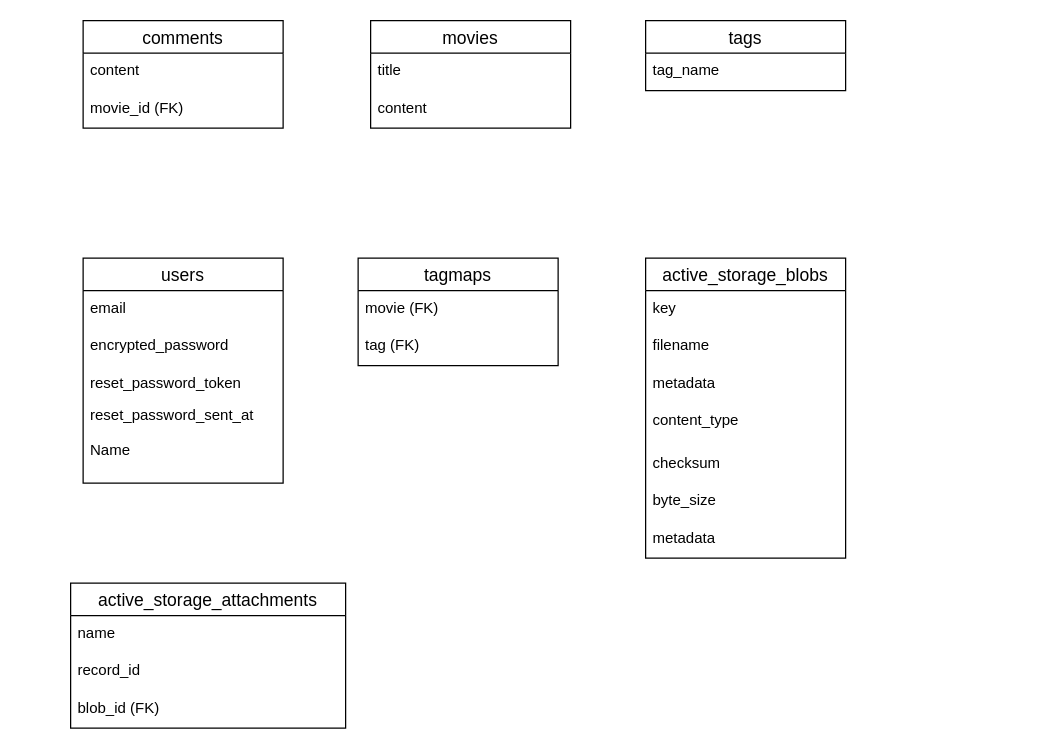
This is app/store.dio from tsuyoshi-ueda-ri/store_manual, a draw.io file, before an edit. Source tidied: cells renumbered, new cells numbered last; positions are measured from the earlier drawing's top-left corner, leaving out a move shared by most shapes. Both pictures are drawn from the tidied source at 125%, with x=0, y=0 at pixel (70, 20).
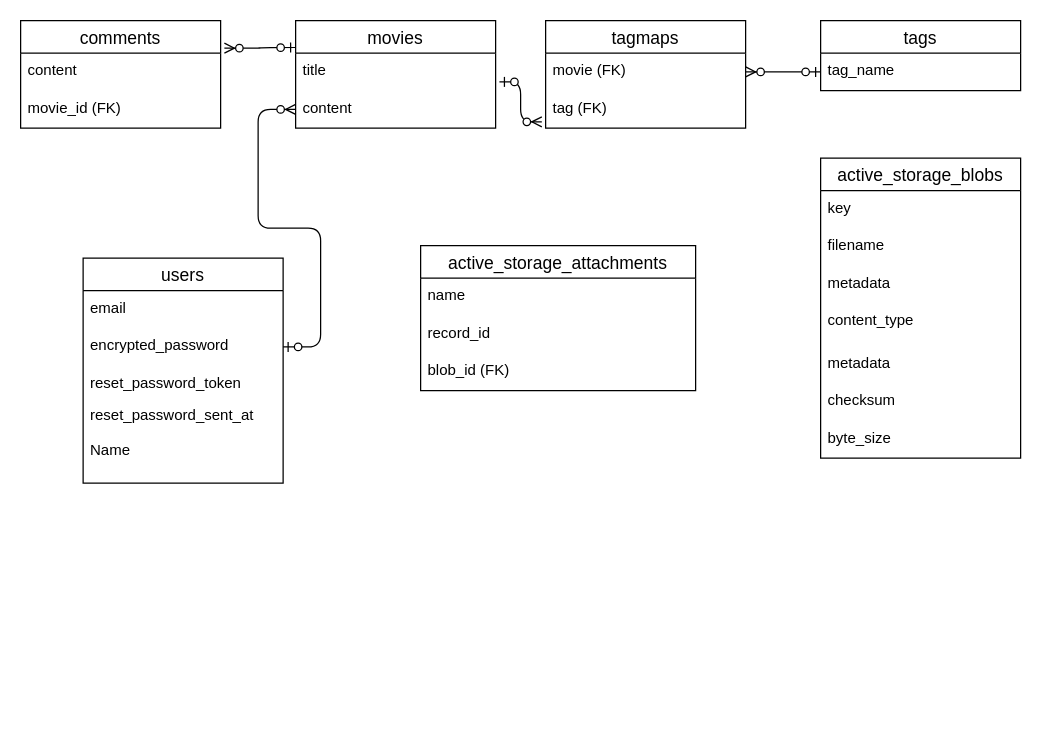
The same page after the edit.

The change refers to these unchanged cells:
```xml
<mxCell id="6" value="title" style="text;strokeColor=none;fillColor=none;spacingLeft=4;spacingRight=4;overflow=hidden;points=[[0,0.5],[1,0.5]];portConstraint=eastwest;fontSize=12;" parent="5" vertex="1">
  <mxGeometry y="26" width="160" height="30" as="geometry" />
</mxCell>
<mxCell id="7" value="content" style="text;strokeColor=none;fillColor=none;spacingLeft=4;spacingRight=4;overflow=hidden;points=[[0,0.5],[1,0.5]];portConstraint=eastwest;fontSize=12;" parent="5" vertex="1">
  <mxGeometry y="56" width="160" height="30" as="geometry" />
</mxCell>
<mxCell id="10" value="encrypted_password" style="text;strokeColor=none;fillColor=none;spacingLeft=4;spacingRight=4;overflow=hidden;points=[[0,0.5],[1,0.5]];portConstraint=eastwest;fontSize=12;" parent="8" vertex="1">
  <mxGeometry y="56" width="160" height="30" as="geometry" />
</mxCell>
<mxCell id="18" value="tag_name" style="text;strokeColor=none;fillColor=none;spacingLeft=4;spacingRight=4;overflow=hidden;points=[[0,0.5],[1,0.5]];portConstraint=eastwest;fontSize=12;" parent="17" vertex="1">
  <mxGeometry y="26" width="160" height="30" as="geometry" />
</mxCell>
<mxCell id="26" value="movie (FK)" style="text;strokeColor=none;fillColor=none;spacingLeft=4;spacingRight=4;overflow=hidden;points=[[0,0.5],[1,0.5]];portConstraint=eastwest;fontSize=12;" parent="25" vertex="1">
  <mxGeometry y="26" width="160" height="30" as="geometry" />
</mxCell>
<mxCell id="27" value="tag (FK)" style="text;strokeColor=none;fillColor=none;spacingLeft=4;spacingRight=4;overflow=hidden;points=[[0,0.5],[1,0.5]];portConstraint=eastwest;fontSize=12;" parent="25" vertex="1">
  <mxGeometry y="56" width="160" height="30" as="geometry" />
</mxCell>
```

Change to the diagram source:
```diff
@@
     <mxCell id="2" value="comments" style="swimlane;fontStyle=0;horizontal=1;startSize=26;align=center;fontSize=14;" parent="1" vertex="1">
-      <mxGeometry x="10" width="160" height="86" as="geometry" />
+      <mxGeometry x="-40" width="160" height="86" as="geometry" />
     </mxCell>
@@
     <mxCell id="5" value="movies" style="swimlane;fontStyle=0;horizontal=1;startSize=26;align=center;fontSize=14;" parent="1" vertex="1">
-      <mxGeometry x="240" width="160" height="86" as="geometry" />
+      <mxGeometry x="180" width="160" height="86" as="geometry" />
     </mxCell>
@@
     <mxCell id="13" value="active_storage_attachments" style="swimlane;fontStyle=0;horizontal=1;startSize=26;align=center;fontSize=14;" parent="1" vertex="1">
-      <mxGeometry y="450" width="220" height="116" as="geometry" />
+      <mxGeometry x="280" y="180" width="220" height="116" as="geometry" />
     </mxCell>
@@
     <mxCell id="17" value="tags" style="swimlane;fontStyle=0;horizontal=1;startSize=26;align=center;fontSize=14;" parent="1" vertex="1">
-      <mxGeometry x="460" width="160" height="56" as="geometry" />
+      <mxGeometry x="600" width="160" height="56" as="geometry" />
     </mxCell>
@@
     <mxCell id="19" value="active_storage_blobs" style="swimlane;fontStyle=0;horizontal=1;startSize=26;align=center;fontSize=14;" parent="1" vertex="1">
-      <mxGeometry x="460" y="190" width="160" height="240" as="geometry" />
+      <mxGeometry x="600" y="110" width="160" height="240" as="geometry" />
     </mxCell>
@@
+    <mxCell id="29" value="metadata" style="text;strokeColor=none;fillColor=none;spacingLeft=4;spacingRight=4;overflow=hidden;fontSize=12;" parent="19" vertex="1">
+      <mxGeometry y="150" width="160" height="30" as="geometry" />
+    </mxCell>
     <mxCell id="24" value="checksum" style="text;strokeColor=none;fillColor=none;spacingLeft=4;spacingRight=4;overflow=hidden;fontSize=12;" parent="19" vertex="1">
-      <mxGeometry y="150" width="160" height="90" as="geometry" />
+      <mxGeometry y="180" width="160" height="30" as="geometry" />
     </mxCell>
+    <mxCell id="28" value="byte_size" style="text;strokeColor=none;fillColor=none;spacingLeft=4;spacingRight=4;overflow=hidden;fontSize=12;" parent="19" vertex="1">
+      <mxGeometry y="210" width="160" height="30" as="geometry" />
+    </mxCell>
     <mxCell id="25" value="tagmaps" style="swimlane;fontStyle=0;horizontal=1;startSize=26;align=center;fontSize=14;" parent="1" vertex="1">
-      <mxGeometry x="230" y="190" width="160" height="86" as="geometry" />
+      <mxGeometry x="380" width="160" height="86" as="geometry" />
     </mxCell>
@@
-    <mxCell id="28" value="byte_size" style="text;strokeColor=none;fillColor=none;spacingLeft=4;spacingRight=4;overflow=hidden;fontSize=12;" parent="1" vertex="1">
-      <mxGeometry x="460" y="370" width="160" height="30" as="geometry" />
-    </mxCell>
-    <mxCell id="29" value="metadata" style="text;strokeColor=none;fillColor=none;spacingLeft=4;spacingRight=4;overflow=hidden;fontSize=12;" parent="1" vertex="1">
-      <mxGeometry x="460" y="400" width="160" height="30" as="geometry" />
-    </mxCell>
@@
+    <mxCell id="31" style="edgeStyle=entityRelationEdgeStyle;fontSize=12;html=1;endArrow=ERzeroToOne;startArrow=ERzeroToMany;startFill=1;endFill=1;entryX=0;entryY=0.25;entryDx=0;entryDy=0;" parent="1" edge="1" target="5">
+      <mxGeometry relative="1" as="geometry">
+        <mxPoint x="123" y="22" as="sourcePoint" />
+      </mxGeometry>
+    </mxCell>
+    <mxCell id="32" style="edgeStyle=elbowEdgeStyle;fontSize=12;html=1;endArrow=ERzeroToOne;endFill=1;startArrow=ERzeroToMany;entryX=1.019;entryY=0.767;entryDx=0;entryDy=0;entryPerimeter=0;startFill=1;exitX=-0.019;exitY=0.833;exitDx=0;exitDy=0;exitPerimeter=0;" parent="1" edge="1" source="27" target="6">
+      <mxGeometry relative="1" as="geometry" />
+    </mxCell>
+    <mxCell id="33" style="edgeStyle=entityRelationEdgeStyle;fontSize=12;html=1;endArrow=ERzeroToOne;endFill=1;startArrow=ERzeroToMany;exitX=0;exitY=0.5;exitDx=0;exitDy=0;startFill=1;" parent="1" edge="1" source="7" target="10">
+      <mxGeometry relative="1" as="geometry" />
+    </mxCell>
+    <mxCell id="34" style="edgeStyle=elbowEdgeStyle;fontSize=12;html=1;endArrow=ERzeroToOne;endFill=1;startArrow=ERzeroToMany;entryX=0;entryY=0.5;entryDx=0;entryDy=0;exitX=1;exitY=0.5;exitDx=0;exitDy=0;elbow=vertical;" parent="1" edge="1" source="26" target="18">
+      <mxGeometry relative="1" as="geometry" />
+    </mxCell>
```
